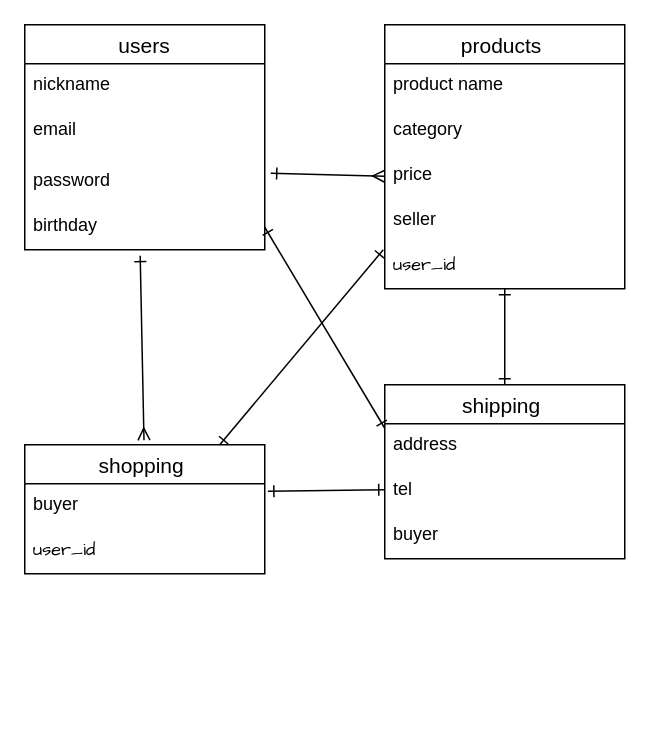
Above: furima.dio in minamieri/furima-40821 (draw.io), before the change. Source tidied: cells renumbered, new cells numbered last; positions are measured from the earlier drawing's top-left corner, leaving out a move shared by most shapes. Both pictures are drawn from the tidied source at 150%, with x=0, y=0 at pixel (24, 24).
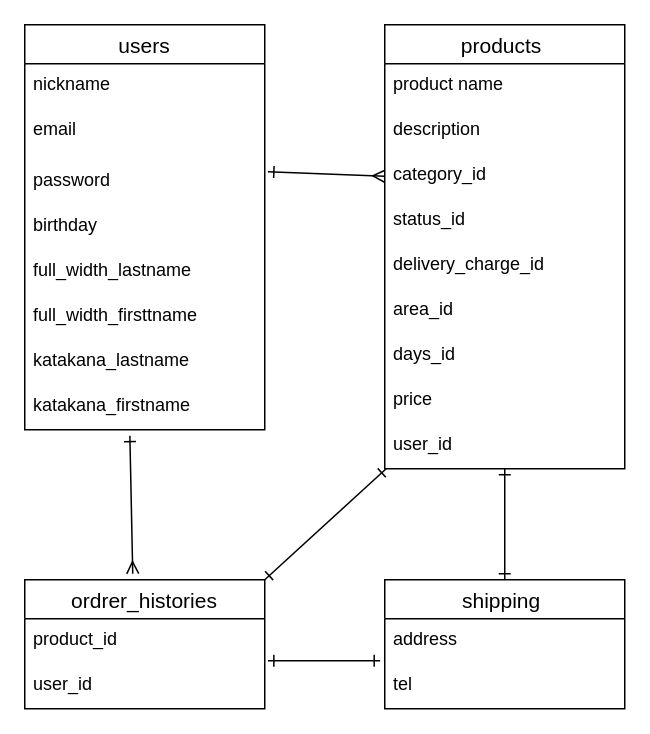
After the change.

Unchanged cells that the change refers to:
```xml
<mxCell id="5" value="password" style="text;strokeColor=none;fillColor=none;spacingLeft=4;spacingRight=4;overflow=hidden;points=[[0,0.5],[1,0.5]];portConstraint=eastwest;fontSize=12;" parent="2" vertex="1">
  <mxGeometry y="90" width="160" height="30" as="geometry" />
</mxCell>
<mxCell id="6" value="birthday" style="text;strokeColor=none;fillColor=none;spacingLeft=4;spacingRight=4;overflow=hidden;points=[[0,0.5],[1,0.5]];portConstraint=eastwest;fontSize=12;" parent="2" vertex="1">
  <mxGeometry y="120" width="160" height="30" as="geometry" />
</mxCell>
<mxCell id="18" value="tel" style="text;strokeColor=none;fillColor=none;spacingLeft=4;spacingRight=4;overflow=hidden;points=[[0,0.5],[1,0.5]];portConstraint=eastwest;fontSize=12;" parent="16" vertex="1">
  <mxGeometry y="56" width="160" height="30" as="geometry" />
</mxCell>
```

The edit, as a diff of the source:
```diff
@@
     <mxCell id="2" value="users" style="swimlane;fontStyle=0;horizontal=1;startSize=26;align=center;fontSize=14;" parent="1" vertex="1">
-      <mxGeometry width="160" height="150" as="geometry" />
+      <mxGeometry width="160" height="270" as="geometry" />
     </mxCell>
@@
+    <mxCell id="26" value="full_width_lastname" style="text;strokeColor=none;fillColor=none;spacingLeft=4;spacingRight=4;overflow=hidden;fontSize=12;sketch=1;hachureGap=4;jiggle=2;curveFitting=1;fontFamily=Helvetica;" parent="2" vertex="1">
+      <mxGeometry y="150" width="160" height="30" as="geometry" />
+    </mxCell>
+    <mxCell id="27" value="full_width_firsttname" style="text;strokeColor=none;fillColor=none;spacingLeft=4;spacingRight=4;overflow=hidden;fontSize=12;sketch=1;hachureGap=4;jiggle=2;curveFitting=1;fontFamily=Helvetica;" parent="2" vertex="1">
+      <mxGeometry y="180" width="160" height="30" as="geometry" />
+    </mxCell>
+    <mxCell id="28" value="katakana_lastname" style="text;strokeColor=none;fillColor=none;spacingLeft=4;spacingRight=4;overflow=hidden;fontSize=12;sketch=1;hachureGap=4;jiggle=2;curveFitting=1;fontFamily=Helvetica;" parent="2" vertex="1">
+      <mxGeometry y="210" width="160" height="30" as="geometry" />
+    </mxCell>
+    <mxCell id="29" value="katakana_firstname" style="text;strokeColor=none;fillColor=none;spacingLeft=4;spacingRight=4;overflow=hidden;points=[[0,0.5],[1,0.5]];portConstraint=eastwest;fontSize=12;sketch=1;hachureGap=4;jiggle=2;curveFitting=1;fontFamily=Helvetica;" parent="2" vertex="1">
+      <mxGeometry y="240" width="160" height="30" as="geometry" />
+    </mxCell>
     <mxCell id="7" value="products " style="swimlane;fontStyle=0;horizontal=1;startSize=26;align=center;fontSize=14;" parent="1" vertex="1">
-      <mxGeometry x="240" width="160" height="176" as="geometry" />
+      <mxGeometry x="240" width="160" height="296" as="geometry" />
     </mxCell>
@@
+    <mxCell id="11" value="description" style="text;strokeColor=none;fillColor=none;spacingLeft=4;spacingRight=4;overflow=hidden;points=[[0,0.5],[1,0.5]];portConstraint=eastwest;fontSize=12;" parent="7" vertex="1">
+      <mxGeometry y="56" width="160" height="30" as="geometry" />
+    </mxCell>
-    <mxCell id="9" value="category" style="text;strokeColor=none;fillColor=none;spacingLeft=4;spacingRight=4;overflow=hidden;fontSize=12;" parent="7" vertex="1">
-      <mxGeometry y="56" width="160" height="30" as="geometry" />
+    <mxCell id="9" value="category_id" style="text;strokeColor=none;fillColor=none;spacingLeft=4;spacingRight=4;overflow=hidden;fontSize=12;" parent="7" vertex="1">
+      <mxGeometry y="86" width="160" height="30" as="geometry" />
     </mxCell>
+    <mxCell id="30" value="status_id" style="text;strokeColor=none;fillColor=none;spacingLeft=4;spacingRight=4;overflow=hidden;fontSize=12;" parent="7" vertex="1">
+      <mxGeometry y="116" width="160" height="30" as="geometry" />
+    </mxCell>
+    <mxCell id="31" value="delivery_charge_id" style="text;strokeColor=none;fillColor=none;spacingLeft=4;spacingRight=4;overflow=hidden;fontSize=12;" parent="7" vertex="1">
+      <mxGeometry y="146" width="160" height="30" as="geometry" />
+    </mxCell>
+    <mxCell id="32" value="area_id" style="text;strokeColor=none;fillColor=none;spacingLeft=4;spacingRight=4;overflow=hidden;fontSize=12;" parent="7" vertex="1">
+      <mxGeometry y="176" width="160" height="30" as="geometry" />
+    </mxCell>
+    <mxCell id="33" value="days_id" style="text;strokeColor=none;fillColor=none;spacingLeft=4;spacingRight=4;overflow=hidden;fontSize=12;" parent="7" vertex="1">
+      <mxGeometry y="206" width="160" height="30" as="geometry" />
+    </mxCell>
     <mxCell id="10" value="price" style="text;strokeColor=none;fillColor=none;spacingLeft=4;spacingRight=4;overflow=hidden;fontSize=12;" parent="7" vertex="1">
-      <mxGeometry y="86" width="160" height="30" as="geometry" />
+      <mxGeometry y="236" width="160" height="30" as="geometry" />
     </mxCell>
-    <mxCell id="11" value="seller" style="text;strokeColor=none;fillColor=none;spacingLeft=4;spacingRight=4;overflow=hidden;points=[[0,0.5],[1,0.5]];portConstraint=eastwest;fontSize=12;" parent="7" vertex="1">
-      <mxGeometry y="116" width="160" height="30" as="geometry" />
-    </mxCell>
-    <mxCell id="12" value="user_id" style="text;strokeColor=none;fillColor=none;spacingLeft=4;spacingRight=4;overflow=hidden;points=[[0,0.5],[1,0.5]];portConstraint=eastwest;fontSize=12;sketch=1;hachureGap=4;jiggle=2;curveFitting=1;fontFamily=Architects Daughter;" parent="7" vertex="1">
-      <mxGeometry y="146" width="160" height="30" as="geometry" />
+    <mxCell id="12" value="user_id" style="text;strokeColor=none;fillColor=none;spacingLeft=4;spacingRight=4;overflow=hidden;points=[[0,0.5],[1,0.5]];portConstraint=eastwest;fontSize=12;sketch=1;hachureGap=4;jiggle=2;curveFitting=1;fontFamily=Helvetica;" parent="7" vertex="1">
+      <mxGeometry y="266" width="160" height="30" as="geometry" />
     </mxCell>
-    <mxCell id="13" value="shopping " style="swimlane;fontStyle=0;horizontal=1;startSize=26;align=center;fontSize=14;" parent="1" vertex="1">
-      <mxGeometry y="280" width="160" height="86" as="geometry" />
+    <mxCell id="13" value="ordrer_histories" style="swimlane;fontStyle=0;horizontal=1;startSize=26;align=center;fontSize=14;" parent="1" vertex="1">
+      <mxGeometry y="370" width="160" height="86" as="geometry" />
     </mxCell>
-    <mxCell id="14" value="buyer" style="text;strokeColor=none;fillColor=none;spacingLeft=4;spacingRight=4;overflow=hidden;points=[[0,0.5],[1,0.5]];portConstraint=eastwest;fontSize=12;" parent="13" vertex="1">
+    <mxCell id="14" value="product_id" style="text;strokeColor=none;fillColor=none;spacingLeft=4;spacingRight=4;overflow=hidden;points=[[0,0.5],[1,0.5]];portConstraint=eastwest;fontSize=12;" parent="13" vertex="1">
       <mxGeometry y="26" width="160" height="30" as="geometry" />
     </mxCell>
-    <mxCell id="15" value="user_id" style="text;strokeColor=none;fillColor=none;spacingLeft=4;spacingRight=4;overflow=hidden;points=[[0,0.5],[1,0.5]];portConstraint=eastwest;fontSize=12;sketch=1;hachureGap=4;jiggle=2;curveFitting=1;fontFamily=Architects Daughter;" parent="13" vertex="1">
+    <mxCell id="15" value="user_id" style="text;strokeColor=none;fillColor=none;spacingLeft=4;spacingRight=4;overflow=hidden;points=[[0,0.5],[1,0.5]];portConstraint=eastwest;fontSize=12;sketch=1;hachureGap=4;jiggle=2;curveFitting=1;fontFamily=Helvetica;" parent="13" vertex="1">
       <mxGeometry y="56" width="160" height="30" as="geometry" />
     </mxCell>
     <mxCell id="16" value="shipping " style="swimlane;fontStyle=0;horizontal=1;startSize=26;align=center;fontSize=14;" parent="1" vertex="1">
-      <mxGeometry x="240" y="240" width="160" height="116" as="geometry" />
+      <mxGeometry x="240" y="370" width="160" height="86" as="geometry" />
     </mxCell>
@@
-    <mxCell id="19" value="buyer" style="text;strokeColor=none;fillColor=none;spacingLeft=4;spacingRight=4;overflow=hidden;fontSize=12;" parent="16" vertex="1">
-      <mxGeometry y="86" width="160" height="30" as="geometry" />
-    </mxCell>
-    <mxCell id="20" style="edgeStyle=none;html=1;exitX=1.025;exitY=0.3;exitDx=0;exitDy=0;endArrow=ERmany;endFill=0;startArrow=ERone;startFill=0;exitPerimeter=0;" parent="1" edge="1" source="5">
+    <mxCell id="20" style="edgeStyle=none;html=1;endArrow=ERmany;endFill=0;startArrow=ERone;startFill=0;fontStyle=1;exitX=1.013;exitY=0.267;exitDx=0;exitDy=0;exitPerimeter=0;" parent="1" edge="1" source="5">
       <mxGeometry relative="1" as="geometry">
         <mxPoint x="240" y="101" as="targetPoint" />
       </mxGeometry>
     </mxCell>
-    <mxCell id="21" style="edgeStyle=none;html=1;endArrow=ERmany;endFill=0;exitX=0.481;exitY=1.133;exitDx=0;exitDy=0;exitPerimeter=0;startArrow=ERone;startFill=0;" parent="1" edge="1" source="6">
-      <mxGeometry relative="1" as="geometry">
-        <mxPoint x="79.5" y="277" as="targetPoint" />
-      </mxGeometry>
-    </mxCell>
-    <mxCell id="22" style="edgeStyle=none;html=1;endArrow=ERone;endFill=0;exitX=1.013;exitY=0.167;exitDx=0;exitDy=0;exitPerimeter=0;startArrow=ERone;startFill=0;" parent="1" edge="1" source="14">
-      <mxGeometry relative="1" as="geometry">
-        <mxPoint x="240" y="310" as="targetPoint" />
-      </mxGeometry>
+    <mxCell id="22" style="edgeStyle=none;html=1;endArrow=ERone;endFill=0;exitX=1;exitY=0;exitDx=0;exitDy=0;startArrow=ERone;startFill=0;entryX=0.006;entryY=1;entryDx=0;entryDy=0;entryPerimeter=0;" parent="1" edge="1" source="13" target="12">
+      <mxGeometry relative="1" as="geometry" />
     </mxCell>
-    <mxCell id="23" style="edgeStyle=none;html=1;endArrow=ERone;endFill=0;exitX=1.013;exitY=0.167;exitDx=0;exitDy=0;exitPerimeter=0;entryX=-0.006;entryY=1.133;entryDx=0;entryDy=0;entryPerimeter=0;startArrow=ERone;startFill=0;" parent="1" edge="1" target="11">
-      <mxGeometry relative="1" as="geometry">
-        <mxPoint x="130" y="280" as="sourcePoint" />
-      </mxGeometry>
-    </mxCell>
-    <mxCell id="24" style="edgeStyle=none;html=1;endArrow=ERone;endFill=0;exitX=1;exitY=0.5;exitDx=0;exitDy=0;entryX=0;entryY=0.25;entryDx=0;entryDy=0;startArrow=ERone;startFill=0;" parent="1" edge="1" source="6" target="16">
-      <mxGeometry relative="1" as="geometry" />
-    </mxCell>
@@
+    <mxCell id="34" style="edgeStyle=none;html=1;endArrow=ERmany;endFill=0;startArrow=ERone;startFill=0;entryX=0.45;entryY=-0.047;entryDx=0;entryDy=0;entryPerimeter=0;exitX=0.438;exitY=1.133;exitDx=0;exitDy=0;exitPerimeter=0;" parent="1" edge="1" source="29" target="13">
+      <mxGeometry relative="1" as="geometry" />
+    </mxCell>
+    <mxCell id="35" style="edgeStyle=none;html=1;endArrow=ERone;endFill=0;exitX=1.013;exitY=-0.067;exitDx=0;exitDy=0;exitPerimeter=0;startArrow=ERone;startFill=0;entryX=-0.019;entryY=-0.067;entryDx=0;entryDy=0;entryPerimeter=0;" parent="1" edge="1" source="15" target="18">
+      <mxGeometry relative="1" as="geometry" />
+    </mxCell>
```
